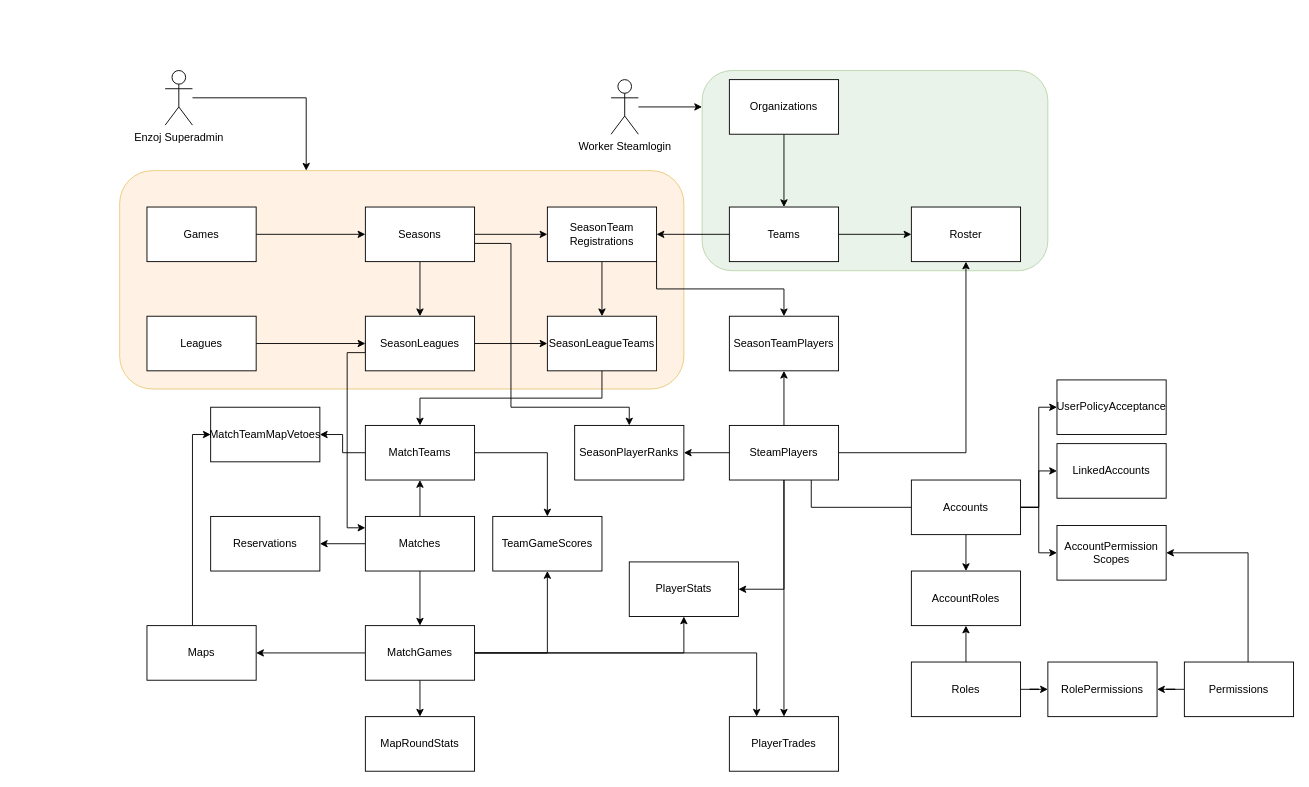
Above: docs/kanastats.drawio in sebazai/eggosystem (draw.io), before the change. Source tidied: cells renumbered, new cells numbered last; positions are measured from the earlier drawing's top-left corner, leaving out a move shared by most shapes. Both pictures are drawn from the tidied source at 91%, with x=0, y=0 at pixel (119, 70).
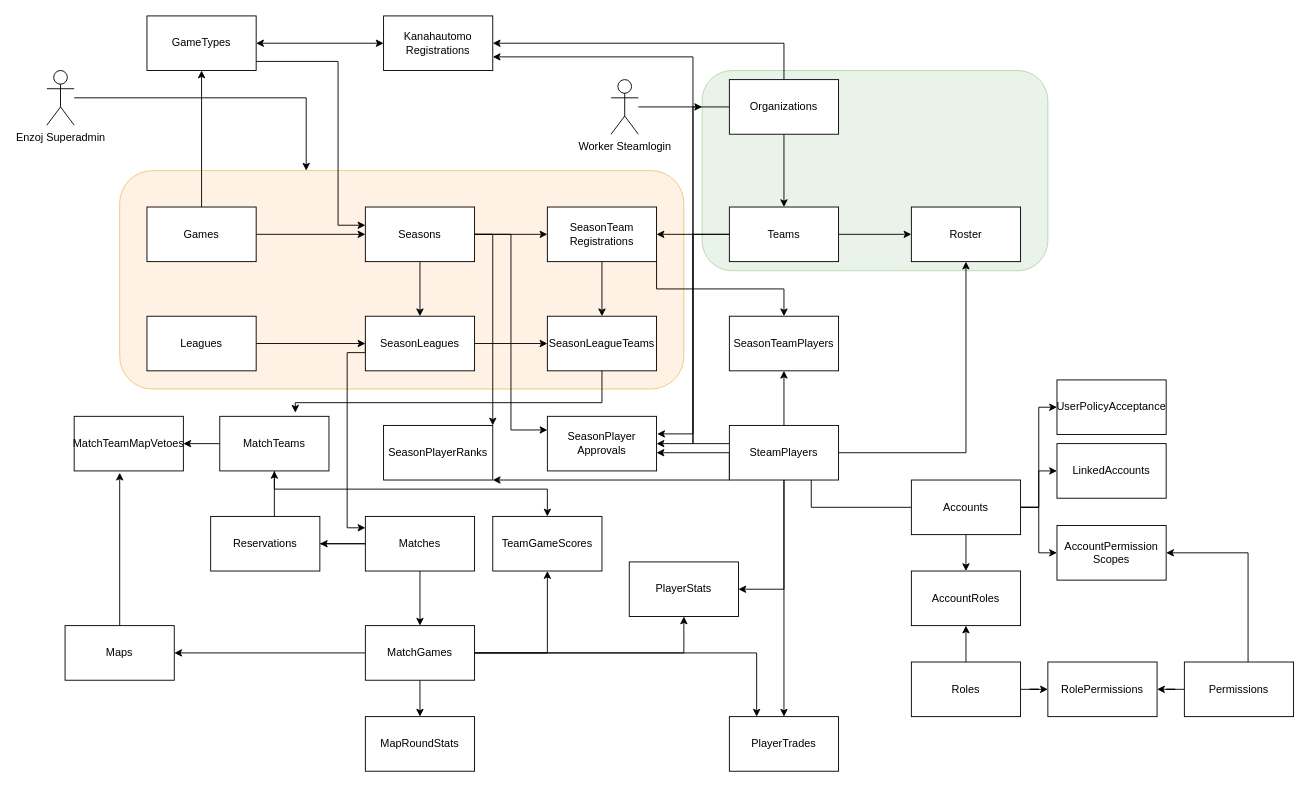
After the change.

Unchanged cells that the change refers to:
```xml
<mxCell id="5" value="Games" style="rounded=0;whiteSpace=wrap;html=1;" parent="1" vertex="1">
  <mxGeometry x="30" y="150" width="120" height="60" as="geometry" />
</mxCell>
<mxCell id="9" value="Seasons" style="rounded=0;whiteSpace=wrap;html=1;" parent="1" vertex="1">
  <mxGeometry x="270" y="150" width="120" height="60" as="geometry" />
</mxCell>
<mxCell id="17" value="Organizations" style="rounded=0;whiteSpace=wrap;html=1;" parent="1" vertex="1">
  <mxGeometry x="670" y="10" width="120" height="60" as="geometry" />
</mxCell>
<mxCell id="20" value="Teams" style="rounded=0;whiteSpace=wrap;html=1;" parent="1" vertex="1">
  <mxGeometry x="670" y="150" width="120" height="60" as="geometry" />
</mxCell>
<mxCell id="28" value="SeasonLeagueTeams" style="rounded=0;whiteSpace=wrap;html=1;" parent="1" vertex="1">
  <mxGeometry x="470" y="270" width="120" height="60" as="geometry" />
</mxCell>
<mxCell id="34" value="SteamPlayers" style="rounded=0;whiteSpace=wrap;html=1;" parent="1" vertex="1">
  <mxGeometry x="670" y="390" width="120" height="60" as="geometry" />
</mxCell>
<mxCell id="54" value="TeamGameScores" style="rounded=0;whiteSpace=wrap;html=1;" parent="1" vertex="1">
  <mxGeometry x="410" y="490" width="120" height="60" as="geometry" />
</mxCell>
```

Change to the diagram source:
```diff
@@
+    <mxCell id="76" style="edgeStyle=orthogonalEdgeStyle;rounded=0;jettySize=auto;html=1;" parent="1" edge="1" source="5" target="85">
+      <mxGeometry relative="1" as="geometry" />
+    </mxCell>
@@
-    <mxCell id="7" style="edgeStyle=orthogonalEdgeStyle;rounded=0;jettySize=auto;html=1;entryX=0.5;entryY=0;entryDx=0;entryDy=0;" parent="1" edge="1" target="23">
-      <mxGeometry relative="1" as="geometry">
-        <mxPoint x="390" y="190" as="sourcePoint" />
-        <Array as="points">
-          <mxPoint x="430" y="190" />
-          <mxPoint x="430" y="370" />
-          <mxPoint x="560" y="370" />
-        </Array>
-      </mxGeometry>
-    </mxCell>
@@
+    <mxCell id="77" style="edgeStyle=orthogonalEdgeStyle;rounded=0;jettySize=auto;html=1;entryX=1;entryY=0;entryDx=0;entryDy=0;" parent="1" edge="1" source="9" target="23">
+      <mxGeometry relative="1" as="geometry">
+        <Array as="points">
+          <mxPoint x="410" y="180" />
+        </Array>
+      </mxGeometry>
+    </mxCell>
+    <mxCell id="78" style="edgeStyle=orthogonalEdgeStyle;rounded=0;jettySize=auto;html=1;entryX=0;entryY=0.25;entryDx=0;entryDy=0;" parent="1" edge="1" source="9" target="88">
+      <mxGeometry relative="1" as="geometry" />
+    </mxCell>
@@
+    <mxCell id="79" style="edgeStyle=orthogonalEdgeStyle;rounded=0;jettySize=auto;html=1;entryX=1;entryY=0.5;entryDx=0;entryDy=0;" parent="1" edge="1" source="17" target="86">
+      <mxGeometry relative="1" as="geometry">
+        <Array as="points">
+          <mxPoint x="730" y="-30" />
+        </Array>
+      </mxGeometry>
+    </mxCell>
@@
+    <mxCell id="80" style="edgeStyle=orthogonalEdgeStyle;rounded=0;jettySize=auto;html=1;entryX=1;entryY=0.5;entryDx=0;entryDy=0;" parent="1" edge="1" source="20" target="88">
+      <mxGeometry relative="1" as="geometry" />
+    </mxCell>
@@
     <mxCell id="23" value="SeasonPlayerRanks" style="rounded=0;whiteSpace=wrap;html=1;" parent="1" vertex="1">
-      <mxGeometry x="500" y="390" width="120" height="60" as="geometry" />
+      <mxGeometry x="290" y="390" width="120" height="60" as="geometry" />
     </mxCell>
@@
-    <mxCell id="27" style="edgeStyle=orthogonalEdgeStyle;rounded=0;jettySize=auto;html=1;entryX=0.5;entryY=0;entryDx=0;entryDy=0;" parent="1" edge="1" source="28" target="43">
-      <mxGeometry relative="1" as="geometry">
-        <Array as="points">
-          <mxPoint x="530" y="360" />
-          <mxPoint x="330" y="360" />
-        </Array>
-      </mxGeometry>
-    </mxCell>
+    <mxCell id="81" style="edgeStyle=orthogonalEdgeStyle;rounded=0;jettySize=auto;html=1;entryX=0.692;entryY=-0.067;entryDx=0;entryDy=0;entryPerimeter=0;" parent="1" edge="1" target="43">
+      <mxGeometry relative="1" as="geometry">
+        <mxPoint x="530" y="325" as="sourcePoint" />
+        <Array as="points">
+          <mxPoint x="530" y="365" />
+          <mxPoint x="193" y="365" />
+        </Array>
+      </mxGeometry>
+    </mxCell>
@@
-    <mxCell id="31" style="edgeStyle=orthogonalEdgeStyle;rounded=0;jettySize=auto;html=1;exitX=0;exitY=0.5;exitDx=0;exitDy=0;entryX=1;entryY=0.5;entryDx=0;entryDy=0;" parent="1" edge="1" source="34" target="23">
-      <mxGeometry relative="1" as="geometry" />
+    <mxCell id="31" style="edgeStyle=orthogonalEdgeStyle;rounded=0;jettySize=auto;html=1;exitX=0;exitY=0.5;exitDx=0;exitDy=0;" parent="1" edge="1" source="34">
+      <mxGeometry relative="1" as="geometry">
+        <mxPoint x="410" y="450" as="targetPoint" />
+        <Array as="points">
+          <mxPoint x="670" y="450" />
+          <mxPoint x="410" y="450" />
+        </Array>
+      </mxGeometry>
     </mxCell>
@@
+    <mxCell id="82" style="edgeStyle=orthogonalEdgeStyle;rounded=0;jettySize=auto;html=1;entryX=1;entryY=0.75;entryDx=0;entryDy=0;" parent="1" edge="1" source="34" target="86">
+      <mxGeometry relative="1" as="geometry">
+        <Array as="points">
+          <mxPoint x="630" y="410" />
+          <mxPoint x="630" y="-15" />
+        </Array>
+      </mxGeometry>
+    </mxCell>
+    <mxCell id="83" style="edgeStyle=orthogonalEdgeStyle;rounded=0;jettySize=auto;html=1;" parent="1" edge="1" source="34" target="88">
+      <mxGeometry relative="1" as="geometry">
+        <Array as="points">
+          <mxPoint x="610" y="420" />
+          <mxPoint x="610" y="420" />
+        </Array>
+      </mxGeometry>
+    </mxCell>
@@
     <mxCell id="38" value="Enzoj Superadmin" style="shape=umlActor;verticalLabelPosition=bottom;verticalAlign=top;html=1;outlineConnect=0;" parent="1" vertex="1">
-      <mxGeometry x="50" width="30" height="60" as="geometry" />
+      <mxGeometry x="-80" width="30" height="60" as="geometry" />
     </mxCell>
@@
+    <mxCell id="42" style="edgeStyle=orthogonalEdgeStyle;rounded=0;jettySize=auto;html=1;" parent="1" edge="1" source="43" target="50">
+      <mxGeometry relative="1" as="geometry" />
+    </mxCell>
-    <mxCell id="41" style="edgeStyle=orthogonalEdgeStyle;rounded=0;jettySize=auto;html=1;entryX=0.5;entryY=0;entryDx=0;entryDy=0;" parent="1" edge="1" source="43" target="54">
-      <mxGeometry relative="1" as="geometry" />
+    <mxCell id="41" style="edgeStyle=orthogonalEdgeStyle;rounded=0;jettySize=auto;html=1;" parent="1" edge="1" source="43" target="54">
+      <mxGeometry relative="1" as="geometry">
+        <Array as="points">
+          <mxPoint x="170" y="460" />
+          <mxPoint x="470" y="460" />
+        </Array>
+      </mxGeometry>
     </mxCell>
-    <mxCell id="42" style="edgeStyle=orthogonalEdgeStyle;rounded=0;jettySize=auto;html=1;" parent="1" edge="1" source="43" target="50">
-      <mxGeometry relative="1" as="geometry" />
-    </mxCell>
     <mxCell id="43" value="MatchTeams" style="rounded=0;whiteSpace=wrap;html=1;" parent="1" vertex="1">
-      <mxGeometry x="270" y="390" width="120" height="60" as="geometry" />
+      <mxGeometry x="110" y="380" width="120" height="60" as="geometry" />
     </mxCell>
@@
     <mxCell id="50" value="MatchTeamMapVetoes" style="rounded=0;whiteSpace=wrap;html=1;" parent="1" vertex="1">
-      <mxGeometry x="100" y="370" width="120" height="60" as="geometry" />
+      <mxGeometry x="-50" y="380" width="120" height="60" as="geometry" />
     </mxCell>
-    <mxCell id="51" style="edgeStyle=orthogonalEdgeStyle;rounded=0;jettySize=auto;html=1;entryX=0;entryY=0.5;entryDx=0;entryDy=0;" parent="1" edge="1" source="52" target="50">
-      <mxGeometry relative="1" as="geometry">
-        <Array as="points">
-          <mxPoint x="80" y="400" />
-        </Array>
-      </mxGeometry>
-    </mxCell>
     <mxCell id="52" value="Maps" style="rounded=0;whiteSpace=wrap;html=1;" parent="1" vertex="1">
-      <mxGeometry x="30" y="610" width="120" height="60" as="geometry" />
+      <mxGeometry x="-60" y="610" width="120" height="60" as="geometry" />
     </mxCell>
@@
+    <mxCell id="84" style="edgeStyle=orthogonalEdgeStyle;rounded=0;jettySize=auto;html=1;" parent="1" edge="1" source="85" target="9">
+      <mxGeometry relative="1" as="geometry">
+        <Array as="points">
+          <mxPoint x="240" y="-10" />
+          <mxPoint x="240" y="170" />
+        </Array>
+      </mxGeometry>
+    </mxCell>
+    <mxCell id="85" value="GameTypes" style="rounded=0;whiteSpace=wrap;html=1;" parent="1" vertex="1">
+      <mxGeometry x="30" y="-60" width="120" height="60" as="geometry" />
+    </mxCell>
+    <mxCell id="86" value="Kanahautomo&lt;br&gt;Registrations" style="rounded=0;whiteSpace=wrap;html=1;" parent="1" vertex="1">
+      <mxGeometry x="290" y="-60" width="120" height="60" as="geometry" />
+    </mxCell>
+    <mxCell id="87" style="endArrow=classic;startArrow=classic;html=1;rounded=0;entryX=0;entryY=0.5;entryDx=0;entryDy=0;exitX=1;exitY=0.5;exitDx=0;exitDy=0;" parent="1" edge="1" source="85" target="86">
+      <mxGeometry relative="1" as="geometry" />
+    </mxCell>
+    <mxCell id="51" style="edgeStyle=orthogonalEdgeStyle;rounded=0;jettySize=auto;html=1;entryX=0.417;entryY=1.033;entryDx=0;entryDy=0;entryPerimeter=0;" parent="1" edge="1" source="52" target="50">
+      <mxGeometry relative="1" as="geometry" />
+    </mxCell>
+    <mxCell id="88" value="SeasonPlayer&lt;br&gt;Approvals" style="rounded=0;whiteSpace=wrap;html=1;" parent="1" vertex="1">
+      <mxGeometry x="470" y="380" width="120" height="60" as="geometry" />
+    </mxCell>
+    <mxCell id="89" style="edgeStyle=orthogonalEdgeStyle;rounded=0;jettySize=auto;html=1;entryX=1.006;entryY=0.322;entryDx=0;entryDy=0;entryPerimeter=0;" parent="1" edge="1" source="17" target="88">
+      <mxGeometry relative="1" as="geometry" />
+    </mxCell>
```
